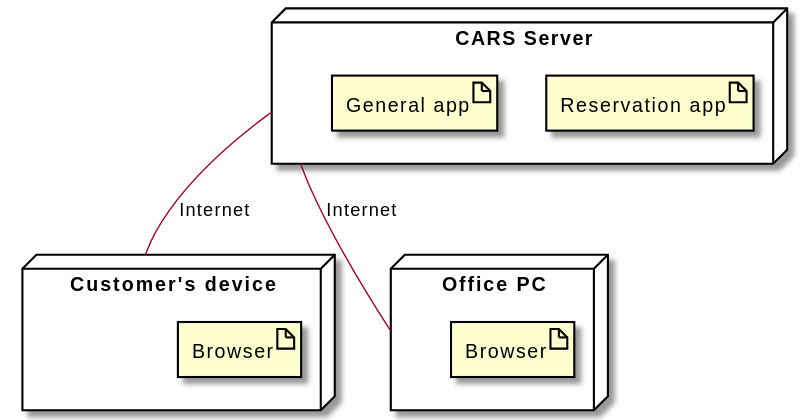
This is car_rental/models/deployment_as_is.svg from franco-ruggeri/polito-information-systems, a PlantUML export, as it was before one commit. Source of this version:
```plantuml
@startuml
node "Customer's device" as CustomerDevice {
	artifact Browser as Browser1
}

node "Office PC" as OfficePC {
	artifact Browser as Browser2
}

node "CARS Server" as CARSServer{
	artifact "Reservation app"
	artifact "General app"
}

CARSServer -- CustomerDevice : Internet
CARSServer -- OfficePC : Internet
@enduml
```
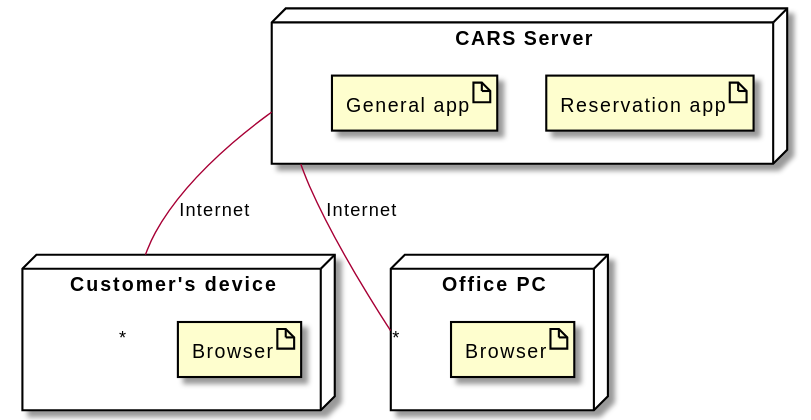
The same diagram one commit later.

Diff of the diagram source:
```diff
@@ -12,6 +12,6 @@
 	artifact "General app"
 }
 
-CARSServer -- CustomerDevice : Internet
-CARSServer -- OfficePC : Internet
+CARSServer -- "*" CustomerDevice : Internet
+CARSServer -- "*" OfficePC : Internet
 @enduml
```
